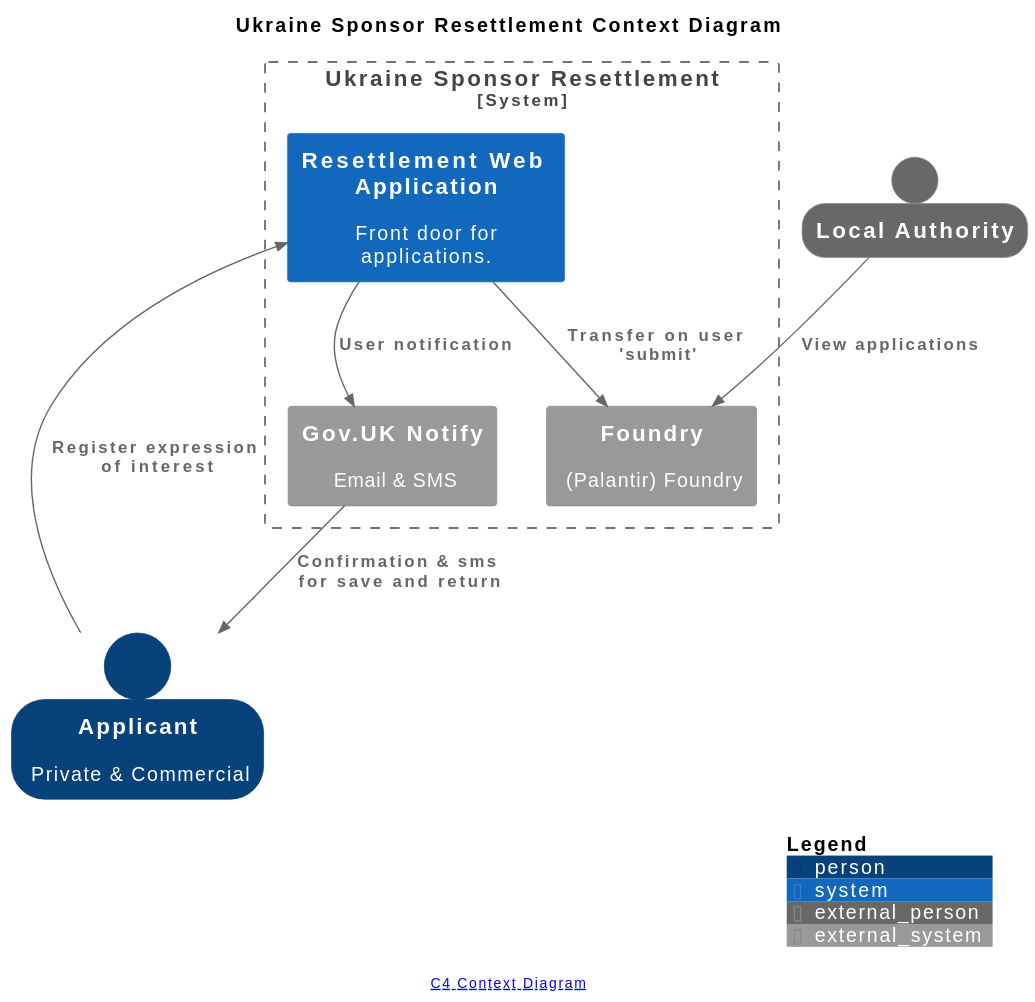
This is docs/img/system-context.svg from communitiesuk/ukraine-sponsor-resettlement, a PlantUML export, as it was before one commit.
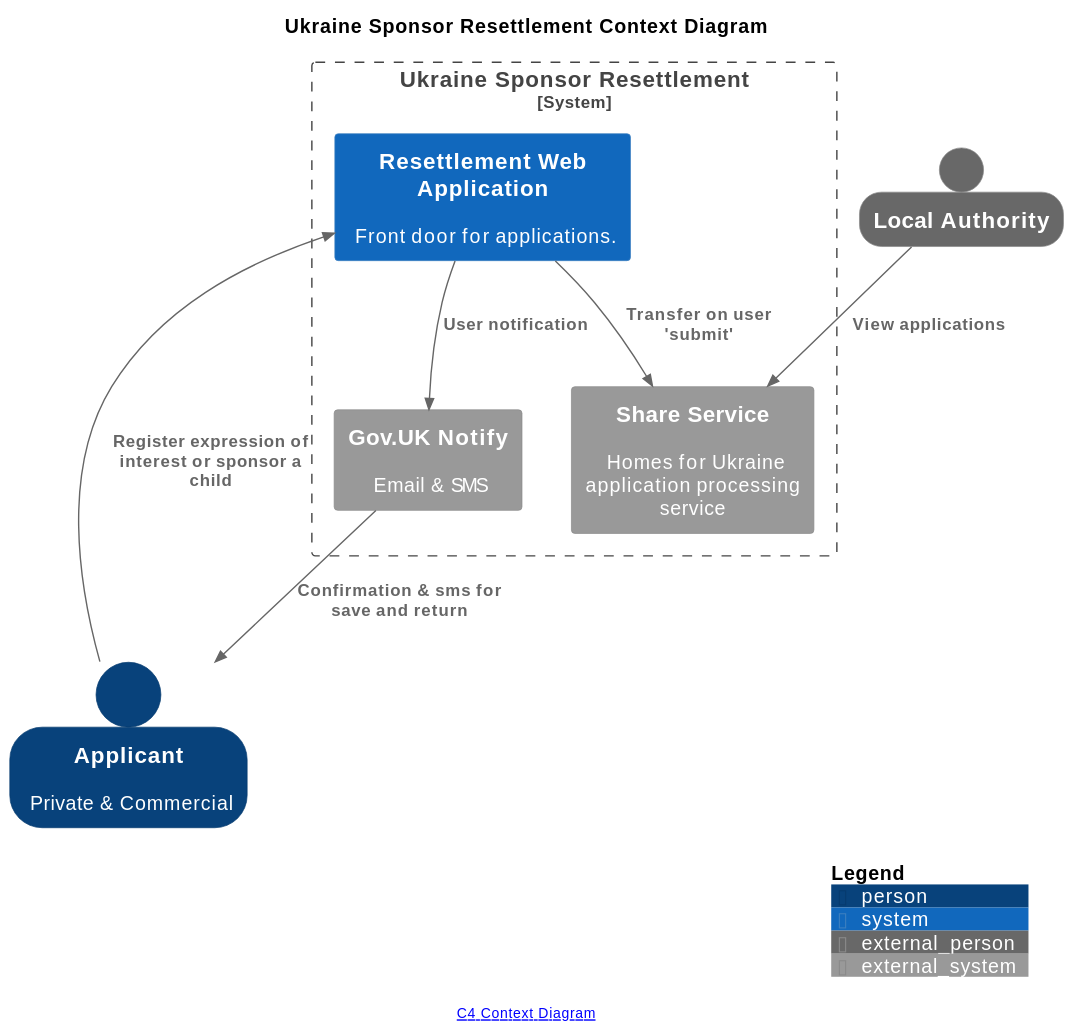
Later version of the same file.

What changed in the source:
```diff
@@ -12,14 +12,14 @@
 
 System_Boundary(system, "Ukraine Sponsor Resettlement") {
   System(resettlement_fe, "Resettlement Web Application", "Front door for applications.")
-  System_Ext(foundry, "Foundry", "(Palantir) Foundry")
+  System_Ext(share, "Share Service", "Homes for Ukraine application processing service")
   System_Ext(gov_notify, "Gov.UK Notify", "Email & SMS")
 }
 
-Rel(applicant, resettlement_fe, "Register expression of interest")
+Rel(applicant, resettlement_fe, "Register expression of interest or sponsor a child")
 Rel(resettlement_fe, gov_notify, "User notification")
-Rel(resettlement_fe, foundry, "Transfer on user 'submit'")
-Rel(las, foundry, "View applications")
+Rel(resettlement_fe, share, "Transfer on user 'submit'")
+Rel(las, share, "View applications")
 Rel(gov_notify, applicant, "Confirmation & sms for save and return")
 
 SHOW_DYNAMIC_LEGEND()
```
